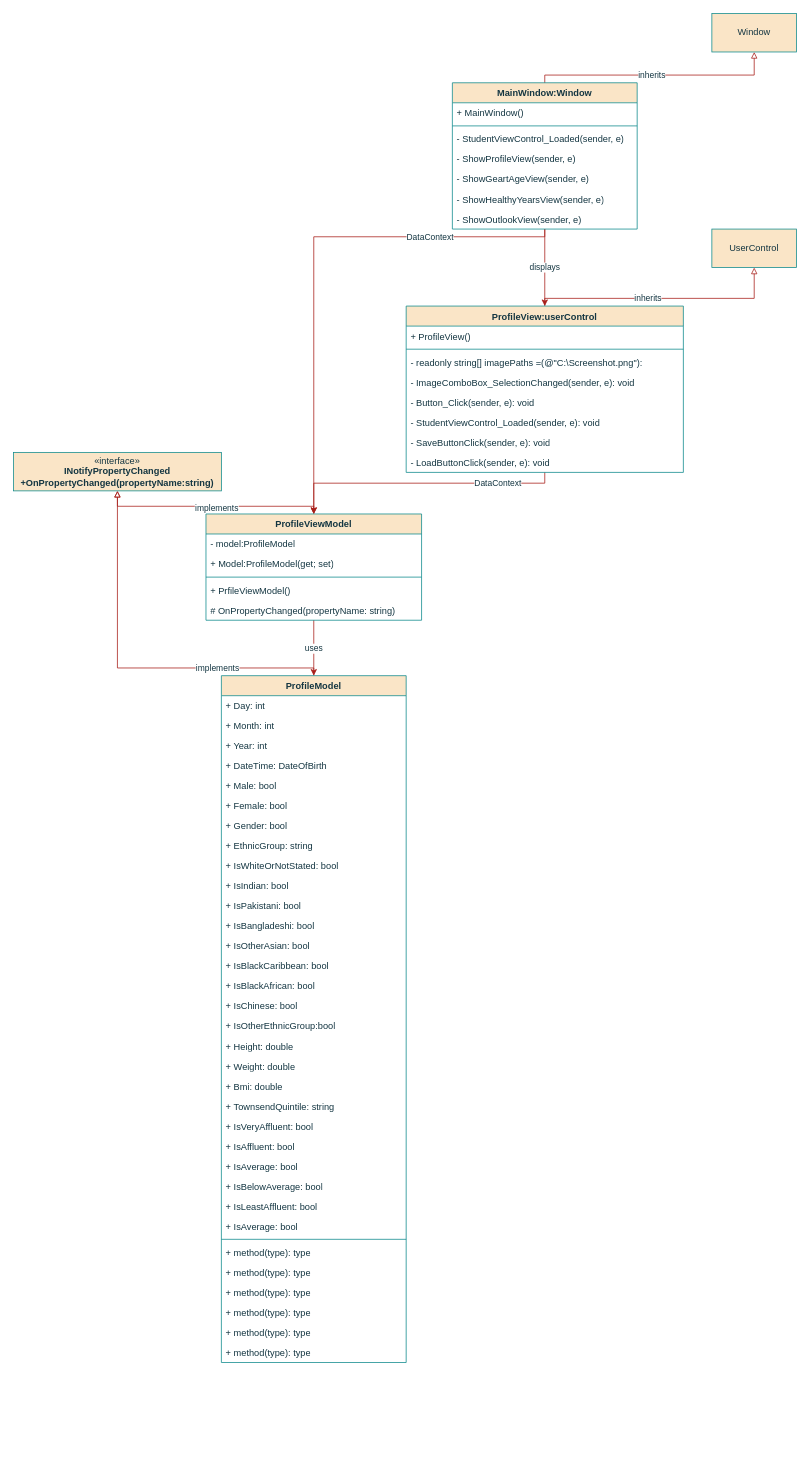
Before: Klassendiagramm.drawio in PythonPokemon/Draw.io, a draw.io diagram. Source tidied: cells renumbered, new cells numbered last; positions are measured from the earlier drawing's top-left corner, leaving out a move shared by most shapes. Both pictures are drawn from the tidied source at 77%, with x=0, y=0 at pixel (13, 13).
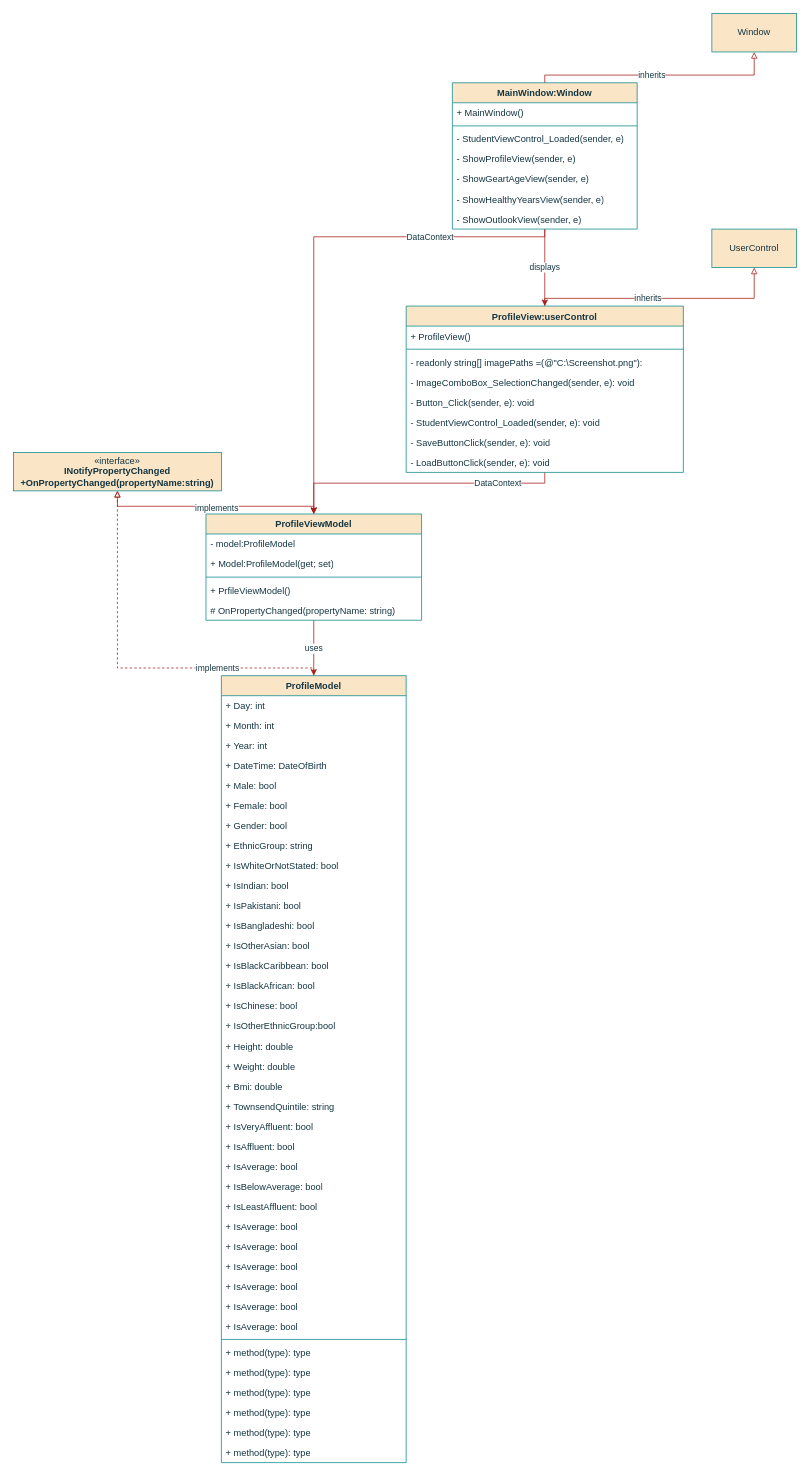
The same diagram, later.

Unchanged cells that the change refers to:
```xml
<mxCell id="69" value="«interface»&lt;br&gt;&lt;b&gt;INotifyPropertyChanged&lt;/b&gt;&lt;div&gt;&lt;b&gt;+OnPropertyChanged(propertyName:string)&lt;/b&gt;&lt;/div&gt;" style="html=1;whiteSpace=wrap;labelBackgroundColor=none;fillColor=#FAE5C7;strokeColor=#0F8B8D;fontColor=#143642;" parent="1" vertex="1">
  <mxGeometry y="570" width="270" height="50" as="geometry" />
</mxCell>
```

Change to the diagram source:
```diff
@@
-    <mxCell id="32" style="edgeStyle=orthogonalEdgeStyle;rounded=0;jettySize=auto;html=1;strokeColor=#A8201A;fontColor=#143642;fillColor=#FAE5C7;endArrow=block;endFill=0;" parent="1" edge="1" source="34" target="69">
+    <mxCell id="32" style="edgeStyle=orthogonalEdgeStyle;rounded=0;jettySize=auto;html=1;strokeColor=#A8201A;fontColor=#143642;fillColor=#FAE5C7;endArrow=block;endFill=0;dashed=1;" parent="1" edge="1" source="34" target="69">
       <mxGeometry relative="1" as="geometry">
         <Array as="points">
           <mxPoint x="390" y="850" />
           <mxPoint x="135" y="850" />
         </Array>
       </mxGeometry>
     </mxCell>
@@
     <mxCell id="34" value="ProfileModel" style="swimlane;fontStyle=1;align=center;verticalAlign=top;horizontal=1;startSize=26;whiteSpace=wrap;html=1;labelBackgroundColor=none;fillColor=#FAE5C7;strokeColor=#0F8B8D;fontColor=#143642;" parent="1" vertex="1">
-      <mxGeometry x="270" y="860" width="240" height="892" as="geometry" />
+      <mxGeometry x="270" y="860" width="240" height="1022" as="geometry" />
     </mxCell>
@@
+    <mxCell id="80" value="+ IsAverage: bool" style="text;strokeColor=none;fillColor=none;align=left;verticalAlign=top;spacingLeft=4;spacingRight=4;overflow=hidden;whiteSpace=wrap;html=1;labelBackgroundColor=none;fontColor=#143642;" parent="34" vertex="1">
+      <mxGeometry y="728" width="240" height="26" as="geometry" />
+    </mxCell>
+    <mxCell id="81" value="+ IsAverage: bool" style="text;strokeColor=none;fillColor=none;align=left;verticalAlign=top;spacingLeft=4;spacingRight=4;overflow=hidden;whiteSpace=wrap;html=1;labelBackgroundColor=none;fontColor=#143642;" parent="34" vertex="1">
+      <mxGeometry y="754" width="240" height="26" as="geometry" />
+    </mxCell>
+    <mxCell id="82" value="+ IsAverage: bool" style="text;strokeColor=none;fillColor=none;align=left;verticalAlign=top;spacingLeft=4;spacingRight=4;overflow=hidden;whiteSpace=wrap;html=1;labelBackgroundColor=none;fontColor=#143642;" parent="34" vertex="1">
+      <mxGeometry y="780" width="240" height="26" as="geometry" />
+    </mxCell>
+    <mxCell id="83" value="+ IsAverage: bool" style="text;strokeColor=none;fillColor=none;align=left;verticalAlign=top;spacingLeft=4;spacingRight=4;overflow=hidden;whiteSpace=wrap;html=1;labelBackgroundColor=none;fontColor=#143642;" parent="34" vertex="1">
+      <mxGeometry y="806" width="240" height="26" as="geometry" />
+    </mxCell>
+    <mxCell id="84" value="+ IsAverage: bool" style="text;strokeColor=none;fillColor=none;align=left;verticalAlign=top;spacingLeft=4;spacingRight=4;overflow=hidden;whiteSpace=wrap;html=1;labelBackgroundColor=none;fontColor=#143642;" parent="34" vertex="1">
+      <mxGeometry y="832" width="240" height="26" as="geometry" />
+    </mxCell>
     <mxCell id="62" style="line;strokeWidth=1;fillColor=none;align=left;verticalAlign=middle;spacingTop=-1;spacingLeft=3;spacingRight=3;labelPosition=right;strokeColor=#0F8B8D;labelBackgroundColor=none;fontColor=#143642;" parent="34" vertex="1">
-      <mxGeometry y="728" width="240" height="8" as="geometry" />
+      <mxGeometry y="858" width="240" height="8" as="geometry" />
     </mxCell>
     <mxCell id="63" value="+ method(type): type" style="text;strokeColor=none;fillColor=none;align=left;verticalAlign=top;spacingLeft=4;spacingRight=4;overflow=hidden;whiteSpace=wrap;html=1;labelBackgroundColor=none;fontColor=#143642;" parent="34" vertex="1">
-      <mxGeometry y="736" width="240" height="26" as="geometry" />
+      <mxGeometry y="866" width="240" height="26" as="geometry" />
     </mxCell>
     <mxCell id="64" value="+ method(type): type" style="text;strokeColor=none;fillColor=none;align=left;verticalAlign=top;spacingLeft=4;spacingRight=4;overflow=hidden;whiteSpace=wrap;html=1;labelBackgroundColor=none;fontColor=#143642;" parent="34" vertex="1">
-      <mxGeometry y="762" width="240" height="26" as="geometry" />
+      <mxGeometry y="892" width="240" height="26" as="geometry" />
     </mxCell>
     <mxCell id="65" value="+ method(type): type" style="text;strokeColor=none;fillColor=none;align=left;verticalAlign=top;spacingLeft=4;spacingRight=4;overflow=hidden;whiteSpace=wrap;html=1;labelBackgroundColor=none;fontColor=#143642;" parent="34" vertex="1">
-      <mxGeometry y="788" width="240" height="26" as="geometry" />
+      <mxGeometry y="918" width="240" height="26" as="geometry" />
     </mxCell>
     <mxCell id="66" value="+ method(type): type" style="text;strokeColor=none;fillColor=none;align=left;verticalAlign=top;spacingLeft=4;spacingRight=4;overflow=hidden;whiteSpace=wrap;html=1;labelBackgroundColor=none;fontColor=#143642;" parent="34" vertex="1">
-      <mxGeometry y="814" width="240" height="26" as="geometry" />
+      <mxGeometry y="944" width="240" height="26" as="geometry" />
     </mxCell>
     <mxCell id="67" value="+ method(type): type" style="text;strokeColor=none;fillColor=none;align=left;verticalAlign=top;spacingLeft=4;spacingRight=4;overflow=hidden;whiteSpace=wrap;html=1;labelBackgroundColor=none;fontColor=#143642;" parent="34" vertex="1">
-      <mxGeometry y="840" width="240" height="26" as="geometry" />
+      <mxGeometry y="970" width="240" height="26" as="geometry" />
     </mxCell>
     <mxCell id="68" value="+ method(type): type" style="text;strokeColor=none;fillColor=none;align=left;verticalAlign=top;spacingLeft=4;spacingRight=4;overflow=hidden;whiteSpace=wrap;html=1;labelBackgroundColor=none;fontColor=#143642;" parent="34" vertex="1">
-      <mxGeometry y="866" width="240" height="26" as="geometry" />
+      <mxGeometry y="996" width="240" height="26" as="geometry" />
     </mxCell>
```
